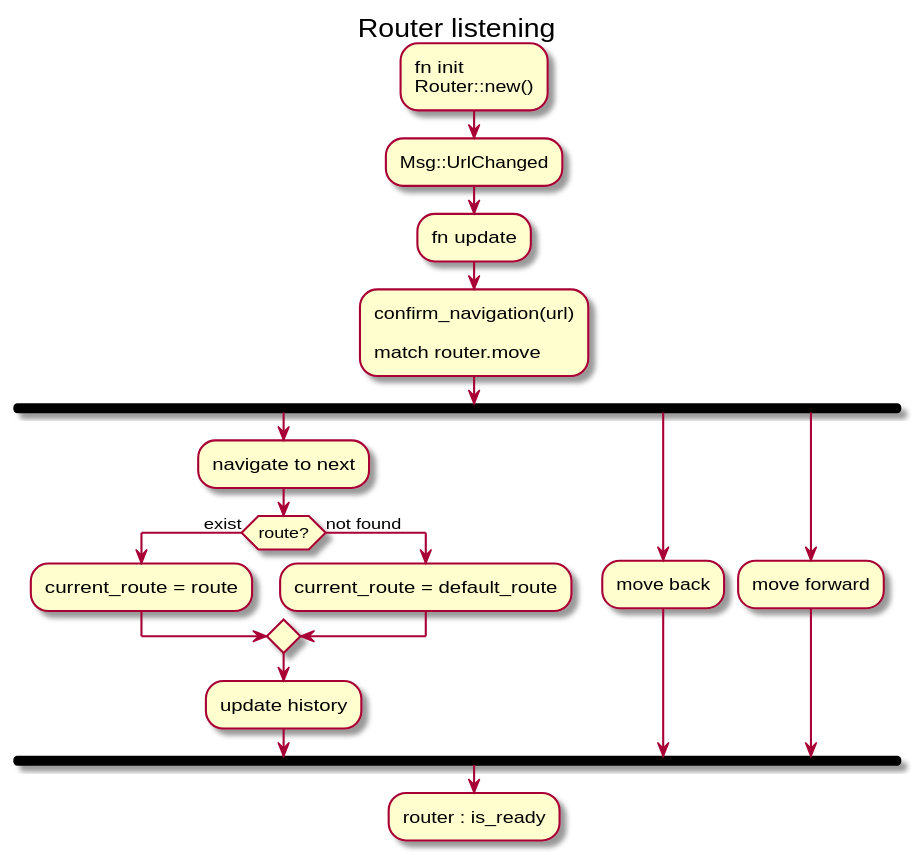
arn-the-long-beard/seed-routing keeps this PlantUML diagram as assets/router_listening.svg. Above is the earlier version.
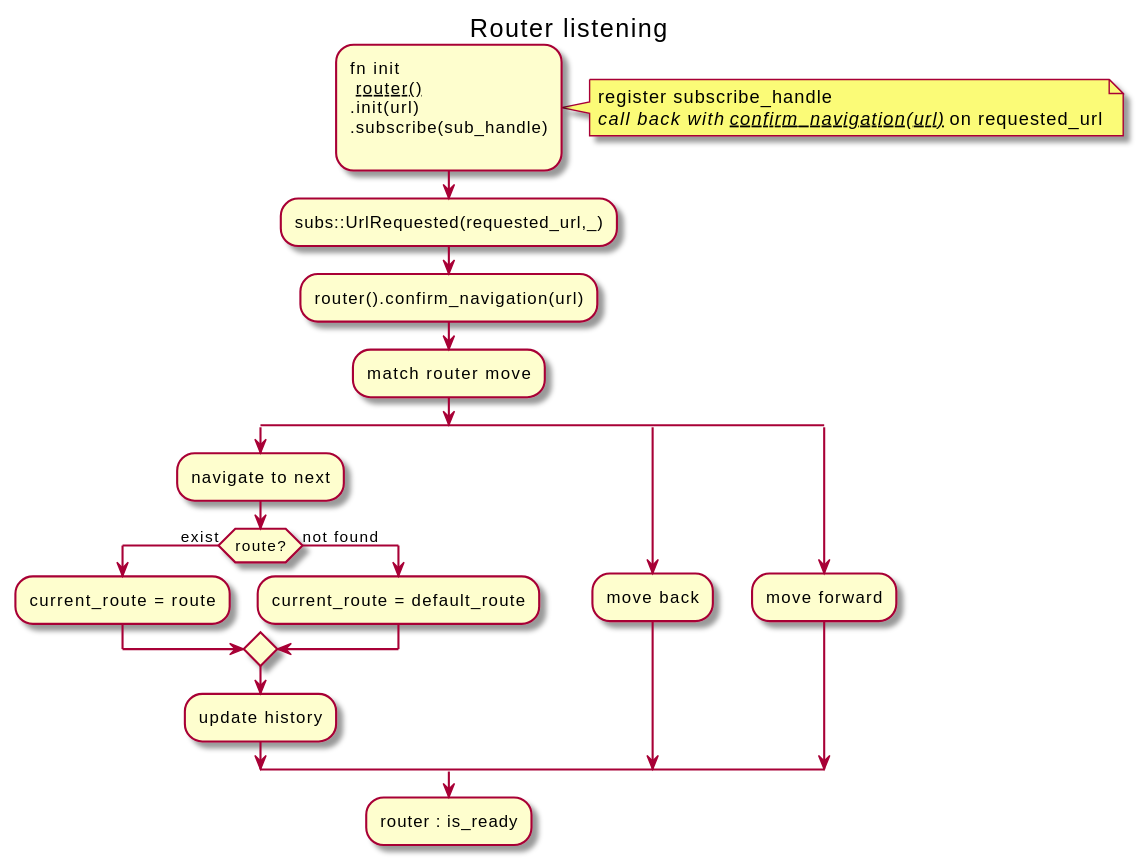
Above is the later version.

Commit message:
doc: updated UML schema for router listening

The edit, as a diff of the source:
```diff
@@ -1,30 +1,37 @@
 @startuml
+
 title Router listening
 
 :fn init
-Router::new();
-
-:Msg::UrlChanged;
-
-:fn update;
-
-:confirm_navigation(url)
-
-match router.move;
+ __router() __
+.init(url)
+.subscribe(sub_handle)
+;
+note right
+   register subscribe_handle
+   //call back with __confirm_navigation(url)__// on requested_url
+end note
 
 
-fork
+
+:subs::UrlRequested(requested_url,_);
+:router().confirm_navigation(url);
+:match router move;
+
+split
  :navigate to next;
-    if (route?) then (exist)
+
+if (route?) then (exist)
         :current_route = route;
     else (not found)
         :current_route = default_route;
     endif
     :update history;
-fork again
+split again
  :move back;
-fork again
+split again
  :move forward;
-end fork
+end split
+
 :router : is_ready;
 @enduml
```
